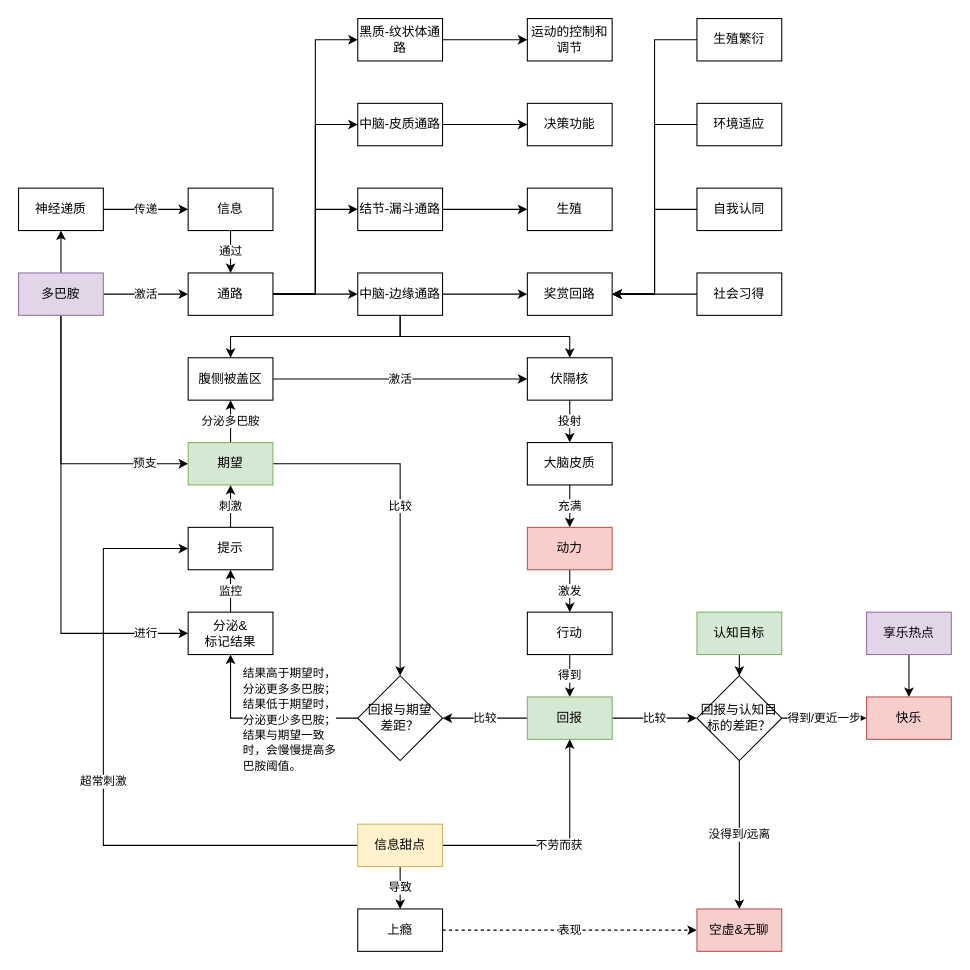
This is 大脑原理-反馈.drawio from youyusan/open_mind, a draw.io file, before an edit. Source tidied: cells renumbered, new cells numbered last; positions are measured from the earlier drawing's top-left corner, leaving out a move shared by most shapes. Both pictures are drawn from the tidied source at 106%, with x=0, y=0 at pixel (18, 18).
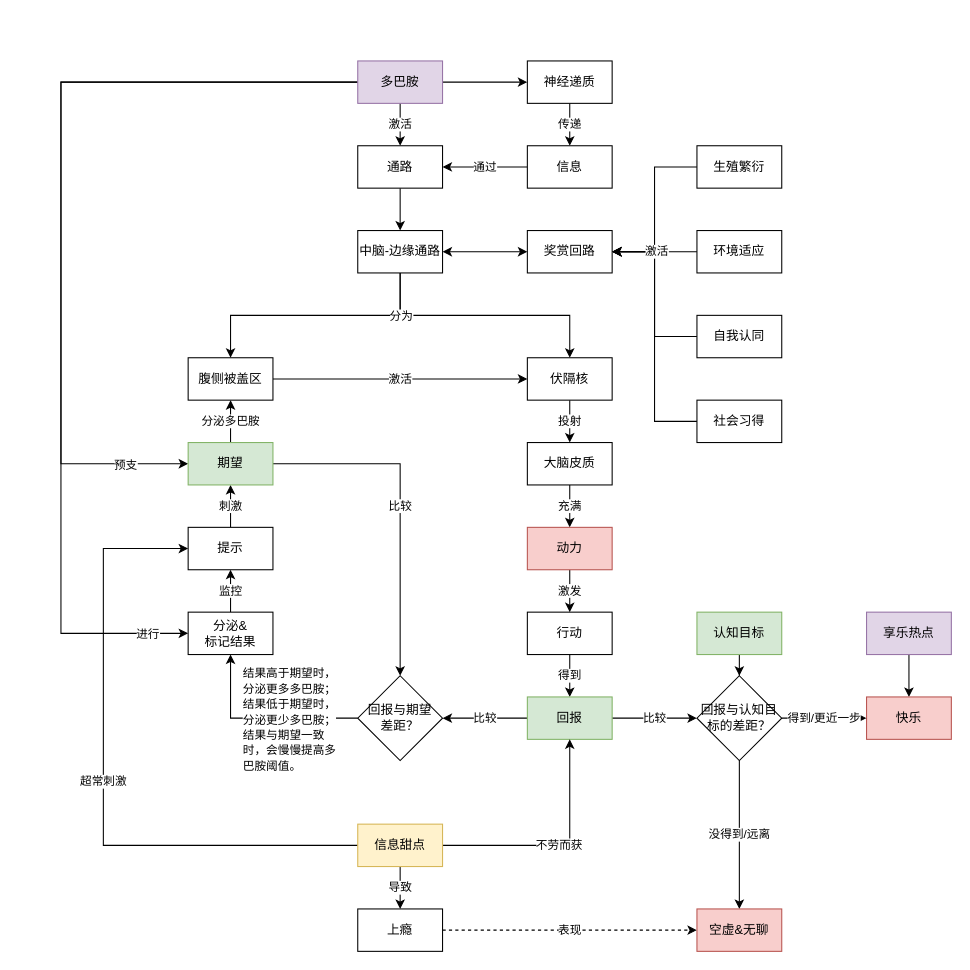
After the change.

Commit message:
更新大脑原理-反馈.drawio

The change refers to these unchanged cells:
```xml
<mxCell id="4" style="edgeStyle=orthogonalEdgeStyle;rounded=0;jettySize=auto;html=1;entryX=0;entryY=0.5;entryDx=0;entryDy=0;" parent="1" edge="1" source="8" target="61">
  <mxGeometry relative="1" as="geometry">
    <Array as="points">
      <mxPoint x="40" y="420" />
    </Array>
  </mxGeometry>
</mxCell>
<mxCell id="6" style="edgeStyle=orthogonalEdgeStyle;rounded=0;jettySize=auto;html=1;entryX=0;entryY=0.5;entryDx=0;entryDy=0;" parent="1" edge="1" source="8" target="47">
  <mxGeometry relative="1" as="geometry">
    <Array as="points">
      <mxPoint x="40" y="580" />
    </Array>
  </mxGeometry>
</mxCell>
<mxCell id="37" value="腹侧被盖区" style="rounded=0;whiteSpace=wrap;html=1;" parent="1" vertex="1">
  <mxGeometry x="160" y="320" width="80" height="40" as="geometry" />
</mxCell>
<mxCell id="39" value="伏隔核" style="rounded=0;whiteSpace=wrap;html=1;" parent="1" vertex="1">
  <mxGeometry x="480" y="320" width="80" height="40" as="geometry" />
</mxCell>
```

The edit, as a diff of the source:
```diff
@@
     <mxCell id="5" value="预支" style="edgeLabel;html=1;align=center;verticalAlign=middle;" parent="4" vertex="1">
       <mxGeometry x="0.71" y="-1" relative="1" as="geometry">
-        <mxPoint x="-4" y="-2" as="offset" />
+        <mxPoint x="50" y="-1" as="offset" />
       </mxGeometry>
     </mxCell>
@@
     <mxCell id="7" value="进行" style="edgeLabel;html=1;align=center;verticalAlign=middle;" parent="6" vertex="1">
       <mxGeometry x="0.81" y="-1" relative="1" as="geometry">
-        <mxPoint x="-1" y="-2" as="offset" />
+        <mxPoint x="48" y="-1" as="offset" />
       </mxGeometry>
     </mxCell>
     <mxCell id="8" value="多巴胺" style="rounded=0;whiteSpace=wrap;html=1;fillColor=#e1d5e7;strokeColor=#9673a6;" parent="1" vertex="1">
-      <mxGeometry y="240" width="80" height="40" as="geometry" />
+      <mxGeometry x="320" y="40" width="80" height="40" as="geometry" />
     </mxCell>
-    <mxCell id="9" style="edgeStyle=orthogonalEdgeStyle;rounded=0;jettySize=auto;html=1;entryX=0;entryY=0.5;entryDx=0;entryDy=0;" parent="1" edge="1" source="13" target="19">
-      <mxGeometry relative="1" as="geometry" />
-    </mxCell>
-    <mxCell id="10" style="edgeStyle=orthogonalEdgeStyle;rounded=0;jettySize=auto;html=1;entryX=0;entryY=0.5;entryDx=0;entryDy=0;" parent="1" edge="1" source="13" target="21">
-      <mxGeometry relative="1" as="geometry" />
-    </mxCell>
-    <mxCell id="11" style="edgeStyle=orthogonalEdgeStyle;rounded=0;jettySize=auto;html=1;entryX=0;entryY=0.5;entryDx=0;entryDy=0;" parent="1" edge="1" source="13" target="23">
-      <mxGeometry relative="1" as="geometry" />
-    </mxCell>
-    <mxCell id="12" style="edgeStyle=orthogonalEdgeStyle;rounded=0;jettySize=auto;html=1;entryX=0;entryY=0.5;entryDx=0;entryDy=0;" parent="1" edge="1" source="13" target="27">
+    <mxCell id="12" style="edgeStyle=orthogonalEdgeStyle;rounded=0;jettySize=auto;html=1;entryX=0.5;entryY=0;entryDx=0;entryDy=0;" parent="1" edge="1" source="13" target="27">
       <mxGeometry relative="1" as="geometry" />
     </mxCell>
     <mxCell id="13" value="通路" style="rounded=0;whiteSpace=wrap;html=1;" parent="1" vertex="1">
-      <mxGeometry x="160" y="240" width="80" height="40" as="geometry" />
+      <mxGeometry x="320" y="120" width="80" height="40" as="geometry" />
     </mxCell>
@@
     <mxCell id="15" value="神经递质" style="rounded=0;whiteSpace=wrap;html=1;" parent="1" vertex="1">
-      <mxGeometry y="160" width="80" height="40" as="geometry" />
+      <mxGeometry x="480" y="40" width="80" height="40" as="geometry" />
     </mxCell>
@@
     <mxCell id="17" value="信息" style="rounded=0;whiteSpace=wrap;html=1;" parent="1" vertex="1">
-      <mxGeometry x="160" y="160" width="80" height="40" as="geometry" />
+      <mxGeometry x="480" y="120" width="80" height="40" as="geometry" />
     </mxCell>
-    <mxCell id="18" style="edgeStyle=orthogonalEdgeStyle;rounded=0;jettySize=auto;html=1;" parent="1" edge="1" source="19" target="28">
-      <mxGeometry relative="1" as="geometry" />
-    </mxCell>
-    <mxCell id="19" value="黑质-纹状体通路" style="rounded=0;whiteSpace=wrap;html=1;" parent="1" vertex="1">
-      <mxGeometry x="320" width="80" height="40" as="geometry" />
-    </mxCell>
-    <mxCell id="20" style="edgeStyle=orthogonalEdgeStyle;rounded=0;jettySize=auto;html=1;" parent="1" edge="1" source="21" target="29">
-      <mxGeometry relative="1" as="geometry" />
-    </mxCell>
-    <mxCell id="21" value="中脑-皮质通路" style="rounded=0;whiteSpace=wrap;html=1;" parent="1" vertex="1">
-      <mxGeometry x="320" y="80" width="80" height="40" as="geometry" />
-    </mxCell>
-    <mxCell id="22" style="edgeStyle=orthogonalEdgeStyle;rounded=0;jettySize=auto;html=1;" parent="1" edge="1" source="23" target="30">
-      <mxGeometry relative="1" as="geometry" />
-    </mxCell>
-    <mxCell id="23" value="结节-漏斗通路" style="rounded=0;whiteSpace=wrap;html=1;" parent="1" vertex="1">
-      <mxGeometry x="320" y="160" width="80" height="40" as="geometry" />
-    </mxCell>
-    <mxCell id="24" style="edgeStyle=orthogonalEdgeStyle;rounded=0;jettySize=auto;html=1;" parent="1" edge="1" source="27" target="35">
+    <mxCell id="24" style="edgeStyle=orthogonalEdgeStyle;rounded=0;jettySize=auto;html=1;startArrow=classic;startFill=1;" parent="1" edge="1" source="27" target="35">
       <mxGeometry relative="1" as="geometry" />
     </mxCell>
     <mxCell id="25" style="edgeStyle=orthogonalEdgeStyle;rounded=0;jettySize=auto;html=1;" parent="1" edge="1" source="27" target="37">
       <mxGeometry relative="1" as="geometry">
         <Array as="points">
-          <mxPoint x="360" y="300" />
-          <mxPoint x="200" y="300" />
+          <mxPoint x="360" y="280" />
+          <mxPoint x="200" y="280" />
         </Array>
       </mxGeometry>
     </mxCell>
     <mxCell id="26" style="edgeStyle=orthogonalEdgeStyle;rounded=0;jettySize=auto;html=1;" parent="1" edge="1" source="27" target="39">
       <mxGeometry relative="1" as="geometry">
         <Array as="points">
-          <mxPoint x="360" y="300" />
-          <mxPoint x="520" y="300" />
+          <mxPoint x="360" y="280" />
+          <mxPoint x="520" y="280" />
         </Array>
       </mxGeometry>
     </mxCell>
+    <mxCell id="78" value="分为" style="edgeLabel;html=1;align=center;verticalAlign=middle;" parent="26" vertex="1">
+      <mxGeometry x="-0.82" y="-1" relative="1" as="geometry">
+        <mxPoint x="1" y="18" as="offset" />
+      </mxGeometry>
+    </mxCell>
     <mxCell id="27" value="中脑-边缘通路" style="rounded=0;whiteSpace=wrap;html=1;" parent="1" vertex="1">
-      <mxGeometry x="320" y="240" width="80" height="40" as="geometry" />
+      <mxGeometry x="320" y="200" width="80" height="40" as="geometry" />
     </mxCell>
-    <mxCell id="28" value="运动的控制和调节" style="rounded=0;whiteSpace=wrap;html=1;" parent="1" vertex="1">
-      <mxGeometry x="480" width="80" height="40" as="geometry" />
-    </mxCell>
-    <mxCell id="29" value="决策功能" style="rounded=0;whiteSpace=wrap;html=1;" parent="1" vertex="1">
-      <mxGeometry x="480" y="80" width="80" height="40" as="geometry" />
-    </mxCell>
-    <mxCell id="30" value="生殖" style="rounded=0;whiteSpace=wrap;html=1;" parent="1" vertex="1">
-      <mxGeometry x="480" y="160" width="80" height="40" as="geometry" />
-    </mxCell>
-    <mxCell id="31" style="edgeStyle=orthogonalEdgeStyle;rounded=0;jettySize=auto;html=1;entryX=0;entryY=0.5;entryDx=0;entryDy=0;startArrow=classic;startFill=1;endArrow=none;endFill=0;" parent="1" edge="1" source="35" target="50">
-      <mxGeometry relative="1" as="geometry" />
-    </mxCell>
-    <mxCell id="32" style="edgeStyle=orthogonalEdgeStyle;rounded=0;jettySize=auto;html=1;entryX=0;entryY=0.5;entryDx=0;entryDy=0;startArrow=classic;startFill=1;endArrow=none;endFill=0;" parent="1" edge="1" source="35" target="52">
-      <mxGeometry relative="1" as="geometry" />
-    </mxCell>
-    <mxCell id="33" style="edgeStyle=orthogonalEdgeStyle;rounded=0;jettySize=auto;html=1;entryX=0;entryY=0.5;entryDx=0;entryDy=0;startArrow=classic;startFill=1;endArrow=none;endFill=0;" parent="1" edge="1" source="35" target="51">
-      <mxGeometry relative="1" as="geometry" />
-    </mxCell>
@@
     <mxCell id="35" value="奖赏回路" style="rounded=0;whiteSpace=wrap;html=1;" parent="1" vertex="1">
-      <mxGeometry x="480" y="240" width="80" height="40" as="geometry" />
+      <mxGeometry x="480" y="200" width="80" height="40" as="geometry" />
     </mxCell>
@@
+    <mxCell id="79" style="edgeStyle=orthogonalEdgeStyle;rounded=0;jettySize=auto;html=1;entryX=1;entryY=0.5;entryDx=0;entryDy=0;" parent="1" edge="1" source="50" target="35">
+      <mxGeometry relative="1" as="geometry" />
+    </mxCell>
     <mxCell id="50" value="生殖繁衍" style="rounded=0;whiteSpace=wrap;html=1;" parent="1" vertex="1">
-      <mxGeometry x="640" width="80" height="40" as="geometry" />
+      <mxGeometry x="640" y="120" width="80" height="40" as="geometry" />
     </mxCell>
+    <mxCell id="80" style="edgeStyle=orthogonalEdgeStyle;rounded=0;jettySize=auto;html=1;entryX=1;entryY=0.5;entryDx=0;entryDy=0;" parent="1" edge="1" source="51" target="35">
+      <mxGeometry relative="1" as="geometry" />
+    </mxCell>
     <mxCell id="51" value="自我认同" style="rounded=0;whiteSpace=wrap;html=1;" parent="1" vertex="1">
-      <mxGeometry x="640" y="160" width="80" height="40" as="geometry" />
+      <mxGeometry x="640" y="280" width="80" height="40" as="geometry" />
     </mxCell>
+    <mxCell id="81" style="edgeStyle=orthogonalEdgeStyle;rounded=0;jettySize=auto;html=1;entryX=1;entryY=0.5;entryDx=0;entryDy=0;" parent="1" edge="1" source="52" target="35">
+      <mxGeometry relative="1" as="geometry" />
+    </mxCell>
+    <mxCell id="82" value="激活" style="edgeLabel;html=1;align=center;verticalAlign=middle;" parent="81" vertex="1">
+      <mxGeometry x="-0.06" relative="1" as="geometry">
+        <mxPoint x="-1" y="-1" as="offset" />
+      </mxGeometry>
+    </mxCell>
     <mxCell id="52" value="环境适应" style="rounded=0;whiteSpace=wrap;html=1;" parent="1" vertex="1">
-      <mxGeometry x="640" y="80" width="80" height="40" as="geometry" />
+      <mxGeometry x="640" y="200" width="80" height="40" as="geometry" />
     </mxCell>
     <mxCell id="53" value="社会习得" style="rounded=0;whiteSpace=wrap;html=1;" parent="1" vertex="1">
-      <mxGeometry x="640" y="240" width="80" height="40" as="geometry" />
+      <mxGeometry x="640" y="360" width="80" height="40" as="geometry" />
     </mxCell>
```
